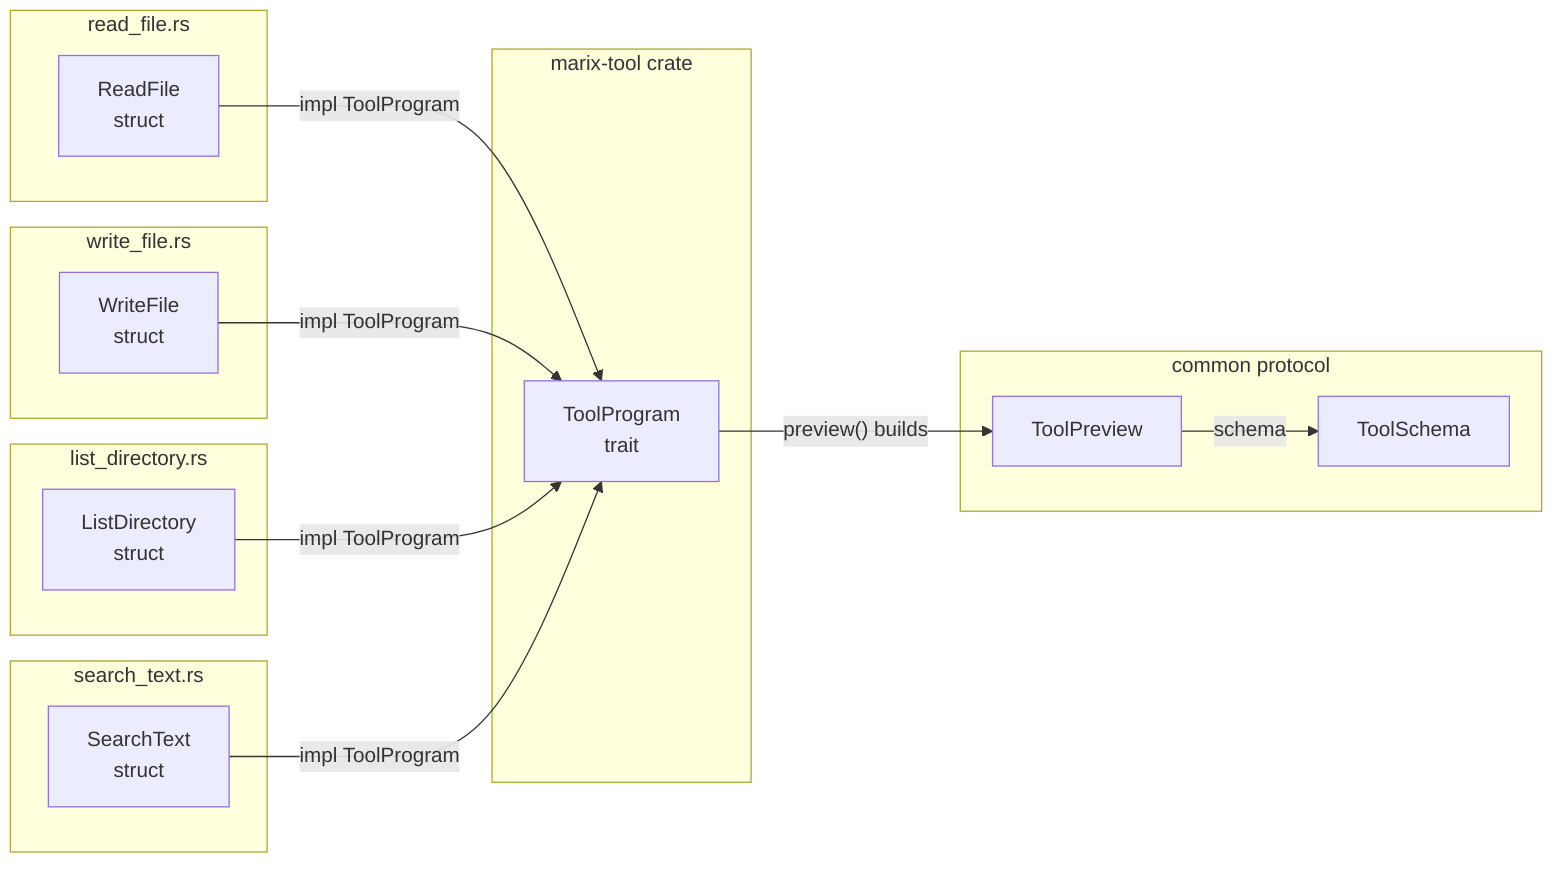
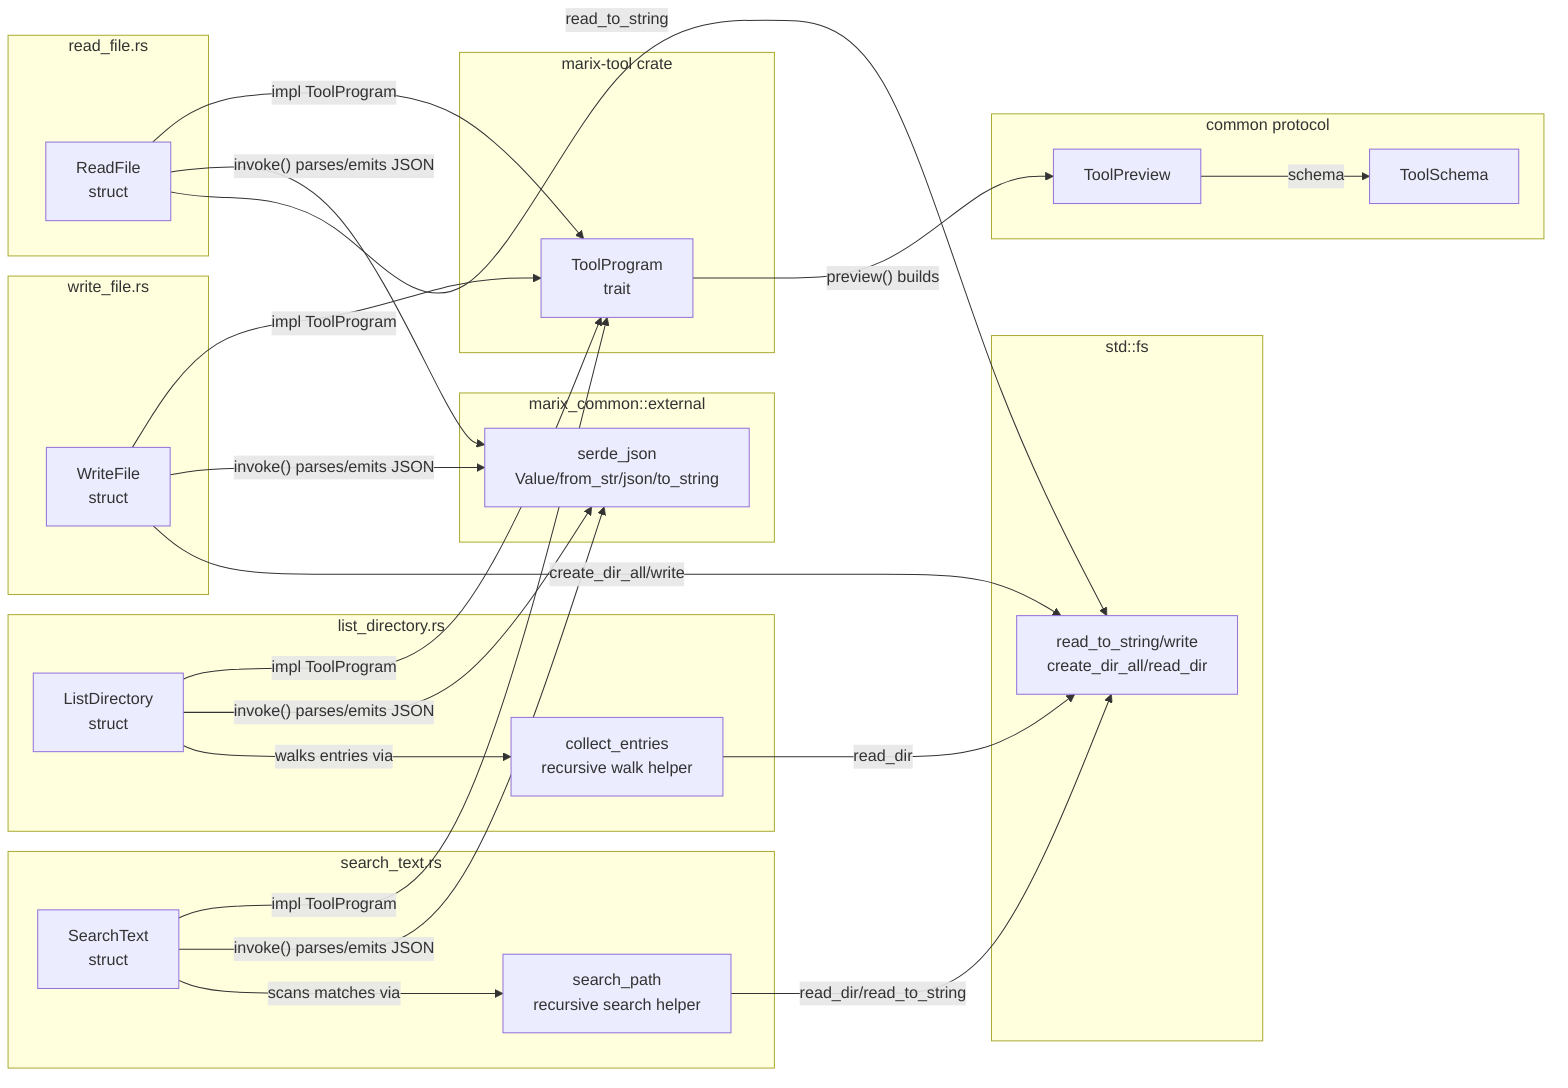
flowchart LR
-   %% Filesystem tool programs; invoke() bodies are panic-backed placeholders.
+   %% Filesystem tool programs; invoke() is now implemented: it parses the JSON call via marix_common::external::serde_json, performs std::fs work, and returns a JSON result (or {"error":..} via the file-local failure helper). list_directory/search_text delegate the walk to recursive private helpers.
  subgraph read_file_rs[read_file.rs]
    ReadFile["ReadFile\nstruct"]
  end

  subgraph write_file_rs[write_file.rs]
    WriteFile["WriteFile\nstruct"]
  end

  subgraph list_directory_rs[list_directory.rs]
    ListDirectory["ListDirectory\nstruct"]
+     CollectEntries["collect_entries\nrecursive walk helper"]
  end

  subgraph search_text_rs[search_text.rs]
    SearchText["SearchText\nstruct"]
+     SearchPath["search_path\nrecursive search helper"]
  end

  subgraph tool_root[marix-tool crate]
    ToolProgram["ToolProgram\ntrait"]
+   end
+ 
+   subgraph common_external[marix_common::external]
+     SerdeJson["serde_json\nValue/from_str/json/to_string"]
+   end
+ 
+   subgraph std_fs[std::fs]
+     Fs["read_to_string/write\ncreate_dir_all/read_dir"]
  end

  subgraph common_protocol[common protocol]
    ToolPreview["ToolPreview"]
    ToolSchema["ToolSchema"]
  end

  ReadFile -->|"impl ToolProgram"| ToolProgram
  WriteFile -->|"impl ToolProgram"| ToolProgram
  ListDirectory -->|"impl ToolProgram"| ToolProgram
  SearchText -->|"impl ToolProgram"| ToolProgram
+   ReadFile -->|"invoke() parses/emits JSON"| SerdeJson
+   WriteFile -->|"invoke() parses/emits JSON"| SerdeJson
+   ListDirectory -->|"invoke() parses/emits JSON"| SerdeJson
+   SearchText -->|"invoke() parses/emits JSON"| SerdeJson
+   ReadFile -->|"read_to_string"| Fs
+   WriteFile -->|"create_dir_all/write"| Fs
+   ListDirectory -->|"walks entries via"| CollectEntries
+   SearchText -->|"scans matches via"| SearchPath
+   CollectEntries -->|"read_dir"| Fs
+   SearchPath -->|"read_dir/read_to_string"| Fs
  ToolProgram -->|"preview() builds"| ToolPreview
  ToolPreview -->|"schema"| ToolSchema
